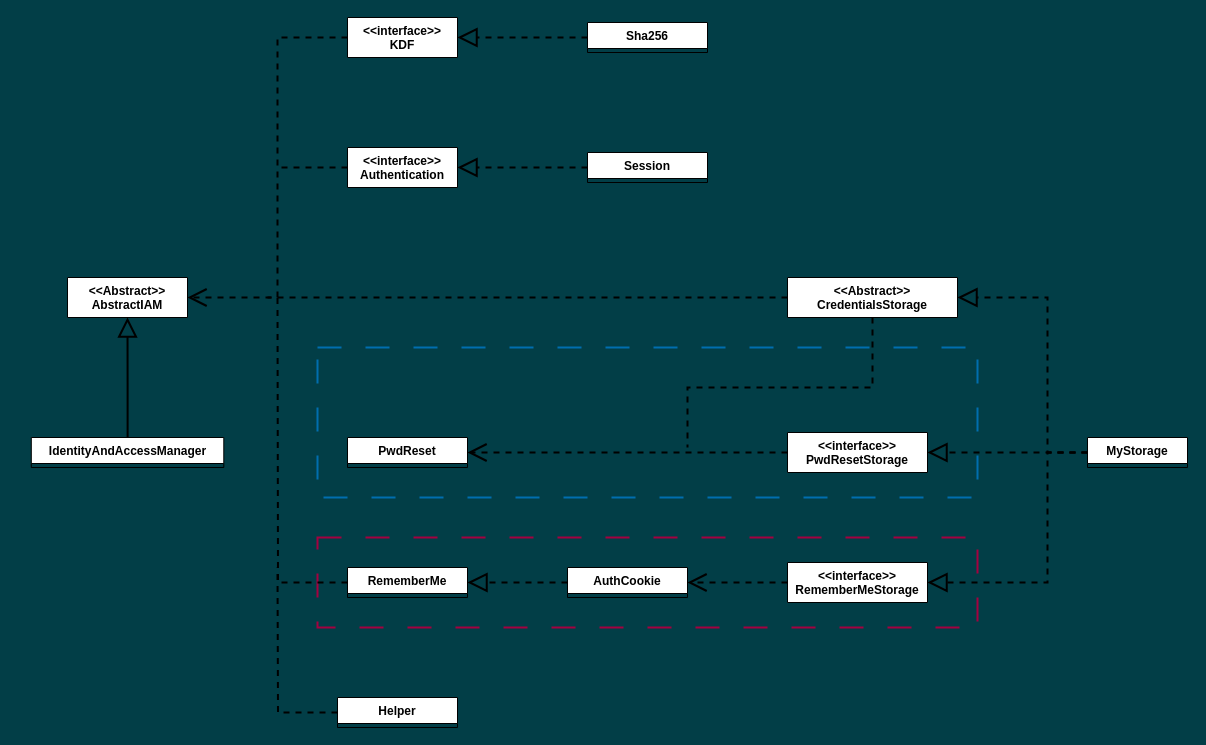
The draw.io diagram static/ClassDiagram.drawio in Netz00/PHP_IAM-library, before the edit. Source tidied: cells renumbered, new cells numbered last; positions are measured from the earlier drawing's top-left corner, leaving out a move shared by most shapes. Both pictures are drawn from the tidied source at 100%, with x=0, y=0 at pixel (31, 17).
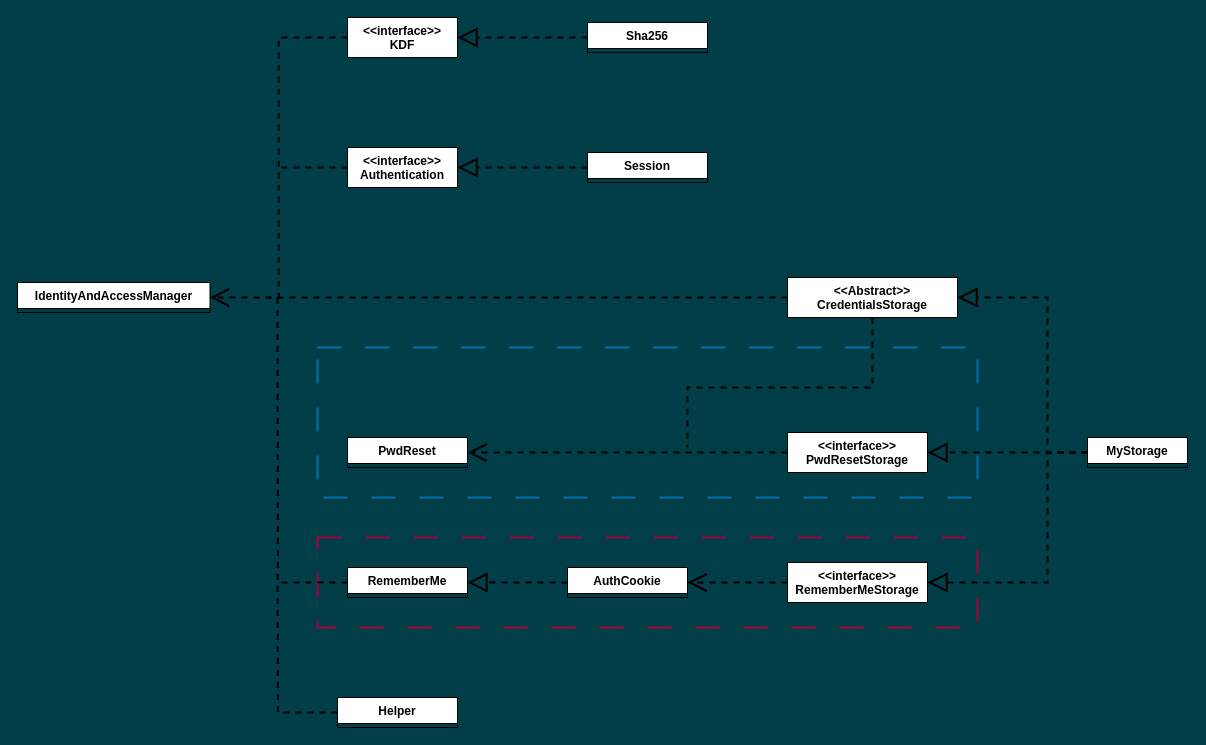
The same page after the edit.

The change refers to these unchanged cells:
```xml
<mxCell id="19" value="&lt;div&gt;&amp;lt;&amp;lt;interface&amp;gt;&amp;gt;&lt;/div&gt;&lt;div&gt;KDF&lt;br&gt;&lt;/div&gt;" style="swimlane;fontStyle=1;align=center;verticalAlign=top;horizontal=1;startSize=40;whiteSpace=wrap;html=1;rounded=0;" parent="1" vertex="1" collapsed="1">
  <mxGeometry x="316" width="110" height="40" as="geometry" />
</mxCell>
```

Change to the diagram source:
```diff
@@
-    <mxCell id="4" style="edgeStyle=orthogonalEdgeStyle;shape=connector;rounded=0;jettySize=auto;html=1;entryX=0.5;entryY=1;entryDx=0;entryDy=0;labelBackgroundColor=default;strokeColor=default;strokeWidth=2;fontFamily=Helvetica;fontSize=11;fontColor=default;endArrow=block;endFill=0;endSize=15;" parent="1" edge="1" source="5" target="10">
-      <mxGeometry relative="1" as="geometry" />
-    </mxCell>
     <mxCell id="5" value="IdentityAndAccessManager" style="swimlane;fontStyle=1;align=center;verticalAlign=top;horizontal=1;startSize=26;whiteSpace=wrap;html=1;rounded=0;" parent="1" vertex="1" collapsed="1">
-      <mxGeometry x="-0.2" y="420" width="192.5" height="30" as="geometry" />
+      <mxGeometry x="-14" y="265" width="192.5" height="30" as="geometry" />
     </mxCell>
@@
-    <mxCell id="10" value="&lt;div&gt;&amp;lt;&amp;lt;Abstract&amp;gt;&amp;gt;&lt;/div&gt;&lt;div&gt;AbstractIAM&lt;/div&gt;" style="swimlane;fontStyle=1;align=center;verticalAlign=top;horizontal=1;startSize=40;whiteSpace=wrap;html=1;rounded=0;" parent="1" vertex="1" collapsed="1">
-      <mxGeometry x="36" y="260" width="120" height="40" as="geometry" />
-    </mxCell>
-    <mxCell id="11" style="edgeStyle=orthogonalEdgeStyle;shape=connector;rounded=0;jettySize=auto;html=1;entryX=1;entryY=0.5;entryDx=0;entryDy=0;dashed=1;labelBackgroundColor=default;strokeColor=default;strokeWidth=2;fontFamily=Helvetica;fontSize=11;fontColor=default;endArrow=open;endFill=0;endSize=15;exitX=0;exitY=0.5;exitDx=0;exitDy=0;" parent="1" edge="1" source="19" target="10">
-      <mxGeometry relative="1" as="geometry">
-        <Array as="points">
-          <mxPoint x="246" y="20" />
-          <mxPoint x="246" y="280" />
-        </Array>
-      </mxGeometry>
-    </mxCell>
@@
+    <mxCell id="33" style="edgeStyle=orthogonalEdgeStyle;shape=connector;rounded=0;html=1;entryX=1;entryY=0.5;entryDx=0;entryDy=0;dashed=1;labelBackgroundColor=default;strokeColor=default;strokeWidth=2;fontFamily=Helvetica;fontSize=11;fontColor=default;endArrow=open;endFill=0;endSize=15;" parent="1" edge="1" source="19" target="5">
+      <mxGeometry relative="1" as="geometry" />
+    </mxCell>
```
